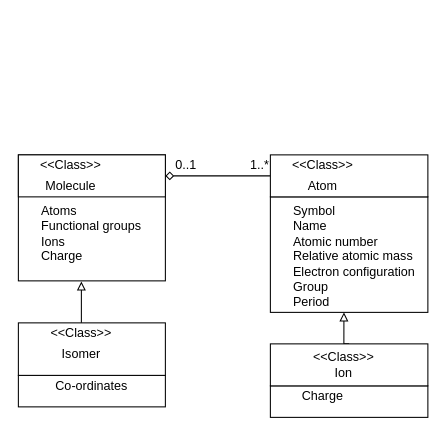
Earlier version of the draw.io diagram Documentation/sprint1/UML1.drawio (Sophie-Turner/GeOpt). Source tidied: cells renumbered, new cells numbered last; positions are measured from the earlier drawing's top-left corner, leaving out a move shared by most shapes. Both pictures are drawn from the tidied source at 105%, with x=0, y=0 at pixel (18, 154).
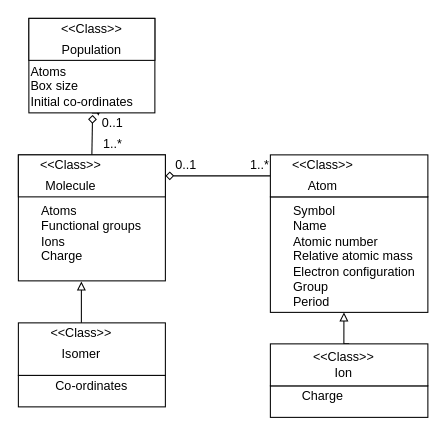
Above is the later version.

Commit message (it also covers changes not shown here):
Updated UML class diagram.

Unchanged cells that the change refers to:
```xml
<mxCell id="11" style="rounded=0;whiteSpace=wrap;html=1;align=left;" parent="1" vertex="1">
  <mxGeometry width="140" height="40" as="geometry" />
</mxCell>
```

The edit, as a diff of the source:
```diff
@@
+    <mxCell id="26" style="edgeStyle=orthogonalEdgeStyle;rounded=0;jettySize=auto;html=1;exitX=0.5;exitY=1;exitDx=0;exitDy=0;entryX=0.413;entryY=1.053;entryDx=0;entryDy=0;entryPerimeter=0;" parent="1" edge="1" source="27" target="32">
+      <mxGeometry relative="1" as="geometry" />
+    </mxCell>
+    <mxCell id="27" style="rounded=0;whiteSpace=wrap;html=1;" parent="1" vertex="1">
+      <mxGeometry x="10" y="-130" width="120" height="90" as="geometry" />
+    </mxCell>
+    <mxCell id="28" style="rounded=0;whiteSpace=wrap;html=1;" parent="1" vertex="1">
+      <mxGeometry x="10" y="-130" width="120" height="40" as="geometry" />
+    </mxCell>
@@
+    <mxCell id="29" style="edgeStyle=orthogonalEdgeStyle;rounded=0;jettySize=auto;html=1;exitX=0.5;exitY=0;exitDx=0;exitDy=0;entryX=0.379;entryY=1.04;entryDx=0;entryDy=0;entryPerimeter=0;endArrow=diamond;endFill=0;" parent="1" edge="1" source="11" target="32">
+      <mxGeometry relative="1" as="geometry" />
+    </mxCell>
@@
+    <mxCell id="30" value="Population" style="text;html=1;strokeColor=none;fillColor=none;align=center;verticalAlign=middle;whiteSpace=wrap;rounded=0;" parent="1" vertex="1">
+      <mxGeometry x="50" y="-110" width="40" height="20" as="geometry" />
+    </mxCell>
+    <mxCell id="31" value="&amp;lt;&amp;lt;Class&amp;gt;&amp;gt;" style="text;html=1;strokeColor=none;fillColor=none;align=center;verticalAlign=middle;whiteSpace=wrap;rounded=0;" parent="1" vertex="1">
+      <mxGeometry x="50" y="-130" width="40" height="20" as="geometry" />
+    </mxCell>
+    <mxCell id="32" value="Atoms&lt;br&gt;Box size&lt;br&gt;Initial co-ordinates" style="text;html=1;strokeColor=none;fillColor=none;align=left;verticalAlign=middle;whiteSpace=wrap;rounded=0;" parent="1" vertex="1">
+      <mxGeometry x="10" y="-90" width="160" height="50" as="geometry" />
+    </mxCell>
+    <mxCell id="33" value="1..*" style="text;html=1;strokeColor=none;fillColor=none;align=center;verticalAlign=middle;whiteSpace=wrap;rounded=0;" parent="1" vertex="1">
+      <mxGeometry x="70" y="-20" width="40" height="20" as="geometry" />
+    </mxCell>
+    <mxCell id="34" value="0..1" style="text;html=1;strokeColor=none;fillColor=none;align=center;verticalAlign=middle;whiteSpace=wrap;rounded=0;" parent="1" vertex="1">
+      <mxGeometry x="70" y="-40" width="40" height="20" as="geometry" />
+    </mxCell>
```
